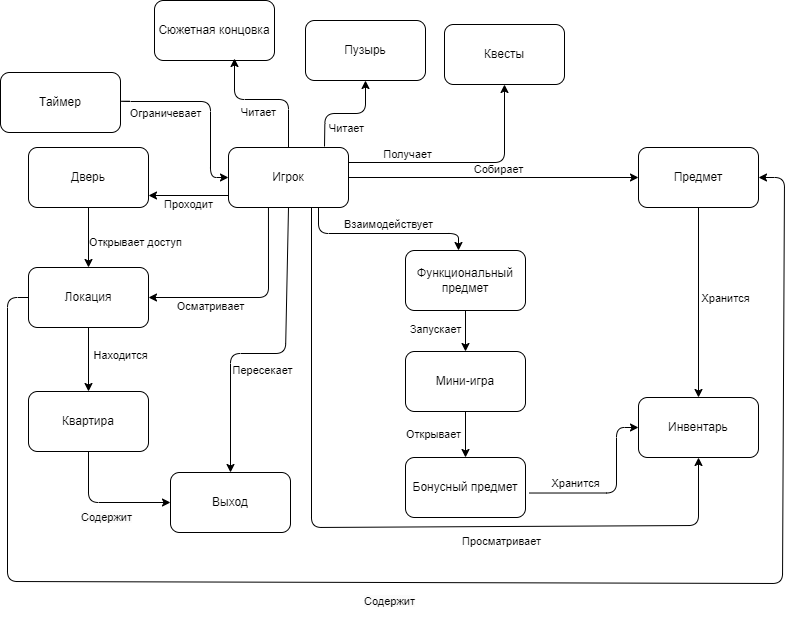
This is schemes/Взаимосвязь объектов2.png from mainClown/LFLA, a draw.io export, as it was before one commit. Source tidied: cells renumbered, new cells last; positions are measured from the earlier drawing's top-left corner, leaving out a move shared by most shapes. Its diagram source:
```xml
<mxGraphModel background="#FFFFFF">
  <root>
    <mxCell id="0" />
    <mxCell id="1" parent="0" />
    <mxCell id="2" style="edgeStyle=orthogonalEdgeStyle;rounded=1;jettySize=auto;html=1;exitX=1;exitY=0.5;exitDx=0;exitDy=0;labelBackgroundColor=none;fontColor=default;" parent="1" edge="1" source="10" target="13">
      <mxGeometry relative="1" as="geometry" />
    </mxCell>
    <mxCell id="3" value="Собирает" style="edgeLabel;html=1;align=center;verticalAlign=middle;rounded=1;labelBackgroundColor=none;" parent="2" vertex="1">
      <mxGeometry x="0.2" y="3" relative="1" as="geometry">
        <mxPoint x="-25" y="-5" as="offset" />
      </mxGeometry>
    </mxCell>
    <mxCell id="4" style="edgeStyle=orthogonalEdgeStyle;rounded=1;orthogonalLoop=1;jettySize=auto;html=1;labelBackgroundColor=none;fontColor=default;" parent="1" edge="1">
      <mxGeometry relative="1" as="geometry">
        <mxPoint x="228" y="195" as="sourcePoint" />
        <mxPoint x="148" y="195" as="targetPoint" />
      </mxGeometry>
    </mxCell>
    <mxCell id="5" value="Проходит" style="edgeLabel;html=1;align=center;verticalAlign=middle;rounded=1;labelBackgroundColor=none;" parent="4" vertex="1">
      <mxGeometry x="-0.05" y="-2" relative="1" as="geometry">
        <mxPoint x="-2" y="11" as="offset" />
      </mxGeometry>
    </mxCell>
    <mxCell id="6" style="edgeStyle=orthogonalEdgeStyle;rounded=1;jettySize=auto;html=1;exitX=0.75;exitY=1;exitDx=0;exitDy=0;labelBackgroundColor=none;fontColor=default;" parent="1" edge="1" source="10" target="19">
      <mxGeometry relative="1" as="geometry">
        <Array as="points">
          <mxPoint x="318" y="233" />
          <mxPoint x="458" y="233" />
        </Array>
      </mxGeometry>
    </mxCell>
    <mxCell id="7" value="Взаимодействует" style="edgeLabel;html=1;align=center;verticalAlign=middle;rounded=1;labelBackgroundColor=none;" parent="6" vertex="1">
      <mxGeometry x="0.05" y="1" relative="1" as="geometry">
        <mxPoint y="-8" as="offset" />
      </mxGeometry>
    </mxCell>
    <mxCell id="8" style="edgeStyle=orthogonalEdgeStyle;rounded=1;jettySize=auto;html=1;labelBackgroundColor=none;fontColor=default;" parent="1" edge="1" target="27">
      <mxGeometry relative="1" as="geometry">
        <mxPoint x="324" y="146" as="sourcePoint" />
      </mxGeometry>
    </mxCell>
    <mxCell id="9" value="Читает" style="edgeLabel;html=1;align=center;verticalAlign=middle;rounded=1;labelBackgroundColor=none;" parent="8" vertex="1">
      <mxGeometry x="0.2" relative="1" as="geometry">
        <mxPoint x="-10" y="15" as="offset" />
      </mxGeometry>
    </mxCell>
    <mxCell id="10" value="Игрок" style="rounded=1;whiteSpace=wrap;html=1;labelBackgroundColor=none;" parent="1" vertex="1">
      <mxGeometry x="228" y="147" width="120" height="60" as="geometry" />
    </mxCell>
    <mxCell id="11" style="edgeStyle=orthogonalEdgeStyle;rounded=1;jettySize=auto;html=1;labelBackgroundColor=none;fontColor=default;" parent="1" edge="1" source="13" target="22">
      <mxGeometry relative="1" as="geometry" />
    </mxCell>
    <mxCell id="12" value="Хранится" style="edgeLabel;html=1;align=center;verticalAlign=middle;rounded=1;labelBackgroundColor=none;" parent="11" vertex="1">
      <mxGeometry x="-0.06" y="2" relative="1" as="geometry">
        <mxPoint x="25" y="1" as="offset" />
      </mxGeometry>
    </mxCell>
    <mxCell id="13" value="Предмет" style="rounded=1;whiteSpace=wrap;html=1;labelBackgroundColor=none;" parent="1" vertex="1">
      <mxGeometry x="638" y="147" width="120" height="60" as="geometry" />
    </mxCell>
    <mxCell id="14" style="edgeStyle=orthogonalEdgeStyle;rounded=1;jettySize=auto;html=1;labelBackgroundColor=none;fontColor=default;" parent="1" edge="1" source="16" target="21">
      <mxGeometry relative="1" as="geometry" />
    </mxCell>
    <mxCell id="15" value="Открывает доступ" style="edgeLabel;html=1;align=center;verticalAlign=middle;rounded=1;labelBackgroundColor=none;" parent="14" vertex="1">
      <mxGeometry x="-0.03" y="1" relative="1" as="geometry">
        <mxPoint x="46" y="5" as="offset" />
      </mxGeometry>
    </mxCell>
    <mxCell id="16" value="Дверь" style="rounded=1;whiteSpace=wrap;html=1;labelBackgroundColor=none;" parent="1" vertex="1">
      <mxGeometry x="28" y="147" width="120" height="60" as="geometry" />
    </mxCell>
    <mxCell id="17" style="edgeStyle=orthogonalEdgeStyle;rounded=1;jettySize=auto;html=1;labelBackgroundColor=none;fontColor=default;" parent="1" edge="1" source="19" target="26">
      <mxGeometry relative="1" as="geometry" />
    </mxCell>
    <mxCell id="18" value="Запускает" style="edgeLabel;html=1;align=center;verticalAlign=middle;rounded=1;labelBackgroundColor=none;" parent="17" vertex="1">
      <mxGeometry x="-0.09" y="-1" relative="1" as="geometry">
        <mxPoint x="-29" as="offset" />
      </mxGeometry>
    </mxCell>
    <mxCell id="19" value="Функциональный предмет" style="rounded=1;whiteSpace=wrap;html=1;labelBackgroundColor=none;" parent="1" vertex="1">
      <mxGeometry x="405" y="250" width="120" height="60" as="geometry" />
    </mxCell>
    <mxCell id="20" style="edgeStyle=orthogonalEdgeStyle;rounded=0;jettySize=auto;html=1;labelBackgroundColor=none;fontColor=default;" parent="1" edge="1" source="21" target="35">
      <mxGeometry relative="1" as="geometry" />
    </mxCell>
    <mxCell id="21" value="Локация" style="rounded=1;whiteSpace=wrap;html=1;labelBackgroundColor=none;" parent="1" vertex="1">
      <mxGeometry x="28" y="267" width="120" height="60" as="geometry" />
    </mxCell>
    <mxCell id="22" value="Инвентарь" style="rounded=1;whiteSpace=wrap;html=1;labelBackgroundColor=none;" parent="1" vertex="1">
      <mxGeometry x="638" y="397" width="120" height="60" as="geometry" />
    </mxCell>
    <mxCell id="23" style="edgeStyle=orthogonalEdgeStyle;rounded=1;jettySize=auto;html=1;labelBackgroundColor=none;fontColor=default;exitX=1.033;exitY=0.592;exitDx=0;exitDy=0;exitPerimeter=0;" parent="1" edge="1" source="42" target="22">
      <mxGeometry relative="1" as="geometry">
        <Array as="points">
          <mxPoint x="616" y="493" />
          <mxPoint x="616" y="427" />
        </Array>
      </mxGeometry>
    </mxCell>
    <mxCell id="24" value="Хранится" style="edgeLabel;html=1;align=center;verticalAlign=middle;rounded=1;labelBackgroundColor=none;" parent="23" vertex="1">
      <mxGeometry x="-0.19" y="4" relative="1" as="geometry">
        <mxPoint x="-25" y="-6" as="offset" />
      </mxGeometry>
    </mxCell>
    <mxCell id="25" style="edgeStyle=orthogonalEdgeStyle;rounded=0;jettySize=auto;html=1;labelBackgroundColor=none;fontColor=default;" parent="1" edge="1" source="26" target="42">
      <mxGeometry relative="1" as="geometry" />
    </mxCell>
    <mxCell id="26" value="Мини-игра" style="rounded=1;whiteSpace=wrap;html=1;labelBackgroundColor=none;" parent="1" vertex="1">
      <mxGeometry x="405" y="351" width="120" height="60" as="geometry" />
    </mxCell>
    <mxCell id="27" value="Пузырь" style="rounded=1;whiteSpace=wrap;html=1;labelBackgroundColor=none;" parent="1" vertex="1">
      <mxGeometry x="305" y="20" width="120" height="60" as="geometry" />
    </mxCell>
    <mxCell id="28" style="endArrow=classic;html=1;rounded=1;entryX=1;entryY=0.5;entryDx=0;entryDy=0;exitX=0.333;exitY=1;exitDx=0;exitDy=0;exitPerimeter=0;labelBackgroundColor=none;fontColor=default;" parent="1" edge="1" source="10" target="21">
      <mxGeometry relative="1" as="geometry">
        <Array as="points">
          <mxPoint x="268" y="297" />
        </Array>
      </mxGeometry>
    </mxCell>
    <mxCell id="29" value="Осматривает" style="edgeLabel;html=1;align=center;verticalAlign=middle;rounded=1;labelBackgroundColor=none;" parent="28" vertex="1">
      <mxGeometry x="0.25" y="4" relative="1" as="geometry">
        <mxPoint x="-18" y="5" as="offset" />
      </mxGeometry>
    </mxCell>
    <mxCell id="30" style="endArrow=classic;html=1;rounded=1;exitX=0.5;exitY=1;exitDx=0;exitDy=0;entryX=0.5;entryY=1;entryDx=0;entryDy=0;labelBackgroundColor=none;fontColor=default;" parent="1" edge="1" target="22">
      <mxGeometry relative="1" as="geometry">
        <mxPoint x="311" y="207" as="sourcePoint" />
        <Array as="points">
          <mxPoint x="311" y="527" />
          <mxPoint x="698" y="525" />
        </Array>
      </mxGeometry>
    </mxCell>
    <mxCell id="31" value="Просматривает" style="edgeLabel;html=1;align=center;verticalAlign=middle;rounded=1;labelBackgroundColor=none;" parent="30" vertex="1">
      <mxGeometry x="0.11" y="2" relative="1" as="geometry">
        <mxPoint x="80" y="16" as="offset" />
      </mxGeometry>
    </mxCell>
    <mxCell id="32" value="Квесты" style="rounded=1;whiteSpace=wrap;html=1;labelBackgroundColor=none;" parent="1" vertex="1">
      <mxGeometry x="444" y="24" width="120" height="60" as="geometry" />
    </mxCell>
    <mxCell id="33" value="Таймер" style="rounded=1;whiteSpace=wrap;html=1;labelBackgroundColor=none;" parent="1" vertex="1">
      <mxGeometry y="72" width="120" height="60" as="geometry" />
    </mxCell>
    <mxCell id="34" value="Сюжетная концовка" style="rounded=1;whiteSpace=wrap;html=1;labelBackgroundColor=none;" parent="1" vertex="1">
      <mxGeometry x="154" width="120" height="60" as="geometry" />
    </mxCell>
    <mxCell id="35" value="Квартира" style="rounded=1;whiteSpace=wrap;html=1;labelBackgroundColor=none;" parent="1" vertex="1">
      <mxGeometry x="28" y="391" width="120" height="60" as="geometry" />
    </mxCell>
    <mxCell id="36" value="Находится" style="edgeLabel;html=1;align=center;verticalAlign=middle;rounded=1;labelBackgroundColor=none;" parent="1" vertex="1">
      <mxGeometry x="120" y="355" as="geometry" />
    </mxCell>
    <mxCell id="37" style="endArrow=classic;html=1;rounded=1;entryX=0.5;entryY=1;entryDx=0;entryDy=0;exitX=1;exitY=0.25;exitDx=0;exitDy=0;curved=0;labelBackgroundColor=none;fontColor=default;" parent="1" edge="1" source="10" target="32">
      <mxGeometry relative="1" as="geometry">
        <Array as="points">
          <mxPoint x="504" y="162" />
        </Array>
      </mxGeometry>
    </mxCell>
    <mxCell id="38" value="Получает" style="edgeLabel;html=1;align=center;verticalAlign=middle;rounded=1;labelBackgroundColor=none;" parent="1" vertex="1">
      <mxGeometry x="421" y="154" as="geometry">
        <mxPoint x="-14" as="offset" />
      </mxGeometry>
    </mxCell>
    <mxCell id="39" style="endArrow=classic;html=1;rounded=1;exitX=0.5;exitY=1;exitDx=0;exitDy=0;curved=0;labelBackgroundColor=none;fontColor=default;entryX=0.5;entryY=0;entryDx=0;entryDy=0;" parent="1" edge="1" source="10" target="45">
      <mxGeometry relative="1" as="geometry">
        <Array as="points">
          <mxPoint x="285" y="353" />
          <mxPoint x="230" y="353" />
        </Array>
      </mxGeometry>
    </mxCell>
    <mxCell id="40" value="Читает" style="edgeLabel;html=1;align=center;verticalAlign=middle;rounded=1;labelBackgroundColor=none;" parent="1" vertex="1">
      <mxGeometry x="258" y="112" as="geometry" />
    </mxCell>
    <mxCell id="41" style="endArrow=classic;html=1;rounded=1;exitX=1;exitY=0.5;exitDx=0;exitDy=0;entryX=0;entryY=0.5;entryDx=0;entryDy=0;curved=0;labelBackgroundColor=none;fontColor=default;" parent="1" edge="1" source="33" target="10">
      <mxGeometry relative="1" as="geometry">
        <Array as="points">
          <mxPoint x="120" y="101" />
          <mxPoint x="210" y="101" />
          <mxPoint x="210" y="177" />
        </Array>
      </mxGeometry>
    </mxCell>
    <mxCell id="42" value="Бонусный предмет" style="rounded=1;whiteSpace=wrap;html=1;labelBackgroundColor=none;" parent="1" vertex="1">
      <mxGeometry x="405" y="457" width="120" height="60" as="geometry" />
    </mxCell>
    <mxCell id="43" value="Открывает" style="edgeLabel;html=1;align=center;verticalAlign=middle;rounded=1;labelBackgroundColor=none;" parent="1" vertex="1">
      <mxGeometry x="433" y="434" as="geometry" />
    </mxCell>
    <mxCell id="44" value="Ограничевает" style="edgeLabel;html=1;align=center;verticalAlign=middle;rounded=1;labelBackgroundColor=none;" parent="1" vertex="1">
      <mxGeometry x="170" y="114" as="geometry">
        <mxPoint x="-5" y="-1" as="offset" />
      </mxGeometry>
    </mxCell>
    <mxCell id="45" value="Выход" style="rounded=1;whiteSpace=wrap;html=1;labelBackgroundColor=none;" parent="1" vertex="1">
      <mxGeometry x="170" y="472" width="120" height="60" as="geometry" />
    </mxCell>
    <mxCell id="46" style="endArrow=classic;html=1;rounded=1;exitX=0.5;exitY=0;exitDx=0;exitDy=0;curved=0;" parent="1" edge="1" source="10">
      <mxGeometry relative="1" as="geometry">
        <mxPoint x="234" y="58" as="targetPoint" />
        <Array as="points">
          <mxPoint x="288" y="99" />
          <mxPoint x="234" y="99" />
        </Array>
      </mxGeometry>
    </mxCell>
    <mxCell id="47" value="Пересекает" style="edgeLabel;html=1;align=center;verticalAlign=middle;rounded=1;labelBackgroundColor=none;" parent="1" vertex="1">
      <mxGeometry x="254" y="375" as="geometry">
        <mxPoint x="8" y="-5" as="offset" />
      </mxGeometry>
    </mxCell>
    <mxCell id="48" style="endArrow=classic;html=1;rounded=1;exitX=0.5;exitY=1;exitDx=0;exitDy=0;entryX=0;entryY=0.5;entryDx=0;entryDy=0;curved=0;" parent="1" edge="1" source="35" target="45">
      <mxGeometry relative="1" as="geometry">
        <Array as="points">
          <mxPoint x="88" y="502" />
        </Array>
      </mxGeometry>
    </mxCell>
    <mxCell id="49" value="&lt;span style=&quot;color: rgb(0, 0, 0); font-family: Helvetica; font-size: 11px; font-style: normal; font-variant-ligatures: normal; font-variant-caps: normal; font-weight: 400; letter-spacing: normal; orphans: 2; text-align: center; text-indent: 0px; text-transform: none; widows: 2; word-spacing: 0px; -webkit-text-stroke-width: 0px; white-space: nowrap; background-color: rgb(251, 251, 251); text-decoration-thickness: initial; text-decoration-style: initial; text-decoration-color: initial; display: inline !important; float: none;&quot;&gt;Содержит&lt;/span&gt;" style="text;whiteSpace=wrap;html=1;" parent="1" vertex="1">
      <mxGeometry x="79" y="503" width="82" height="36" as="geometry" />
    </mxCell>
    <mxCell id="50" style="endArrow=classic;html=1;rounded=1;exitX=0;exitY=0.5;exitDx=0;exitDy=0;entryX=1;entryY=0.5;entryDx=0;entryDy=0;curved=0;" parent="1" edge="1" source="21" target="13">
      <mxGeometry relative="1" as="geometry">
        <Array as="points">
          <mxPoint x="7" y="297" />
          <mxPoint x="7" y="581" />
          <mxPoint x="782" y="583" />
          <mxPoint x="784" y="177" />
        </Array>
      </mxGeometry>
    </mxCell>
    <mxCell id="51" value="&lt;span style=&quot;color: rgb(0, 0, 0); font-family: Helvetica; font-size: 11px; font-style: normal; font-variant-ligatures: normal; font-variant-caps: normal; font-weight: 400; letter-spacing: normal; orphans: 2; text-align: center; text-indent: 0px; text-transform: none; widows: 2; word-spacing: 0px; -webkit-text-stroke-width: 0px; white-space: nowrap; background-color: rgb(251, 251, 251); text-decoration-thickness: initial; text-decoration-style: initial; text-decoration-color: initial; display: inline !important; float: none;&quot;&gt;Содержит&lt;/span&gt;" style="text;whiteSpace=wrap;html=1;" parent="1" vertex="1">
      <mxGeometry x="362" y="587" width="82" height="36" as="geometry" />
    </mxCell>
  </root>
</mxGraphModel>
```
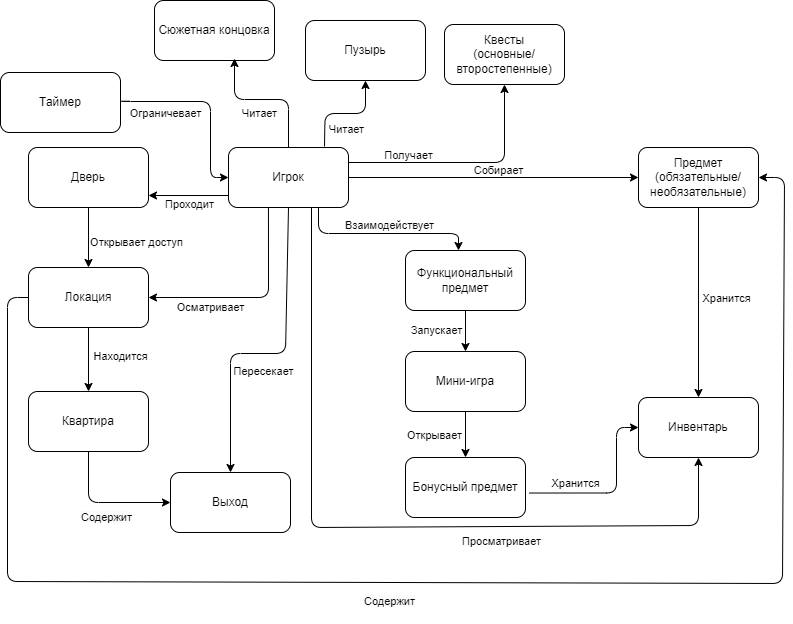
Above is the later version.

The edit, as a diff of the source:
```diff
@@ -55,7 +55,7 @@
         <mxPoint x="25" y="1" as="offset" />
       </mxGeometry>
     </mxCell>
-    <mxCell id="13" value="Предмет" style="rounded=1;whiteSpace=wrap;html=1;labelBackgroundColor=none;" parent="1" vertex="1">
+    <mxCell id="13" value="Предмет&lt;div&gt;(обязательные/необязательные)&lt;/div&gt;" style="rounded=1;whiteSpace=wrap;html=1;labelBackgroundColor=none;" parent="1" vertex="1">
       <mxGeometry x="638" y="147" width="120" height="60" as="geometry" />
     </mxCell>
     <mxCell id="14" style="edgeStyle=orthogonalEdgeStyle;rounded=1;jettySize=auto;html=1;labelBackgroundColor=none;fontColor=default;" parent="1" edge="1" source="16" target="21">
@@ -137,7 +137,7 @@
         <mxPoint x="80" y="16" as="offset" />
       </mxGeometry>
     </mxCell>
-    <mxCell id="32" value="Квесты" style="rounded=1;whiteSpace=wrap;html=1;labelBackgroundColor=none;" parent="1" vertex="1">
+    <mxCell id="32" value="Квесты&lt;div&gt;(основные/второстепенные)&lt;/div&gt;" style="rounded=1;whiteSpace=wrap;html=1;labelBackgroundColor=none;" parent="1" vertex="1">
       <mxGeometry x="444" y="24" width="120" height="60" as="geometry" />
     </mxCell>
     <mxCell id="33" value="Таймер" style="rounded=1;whiteSpace=wrap;html=1;labelBackgroundColor=none;" parent="1" vertex="1">
```
